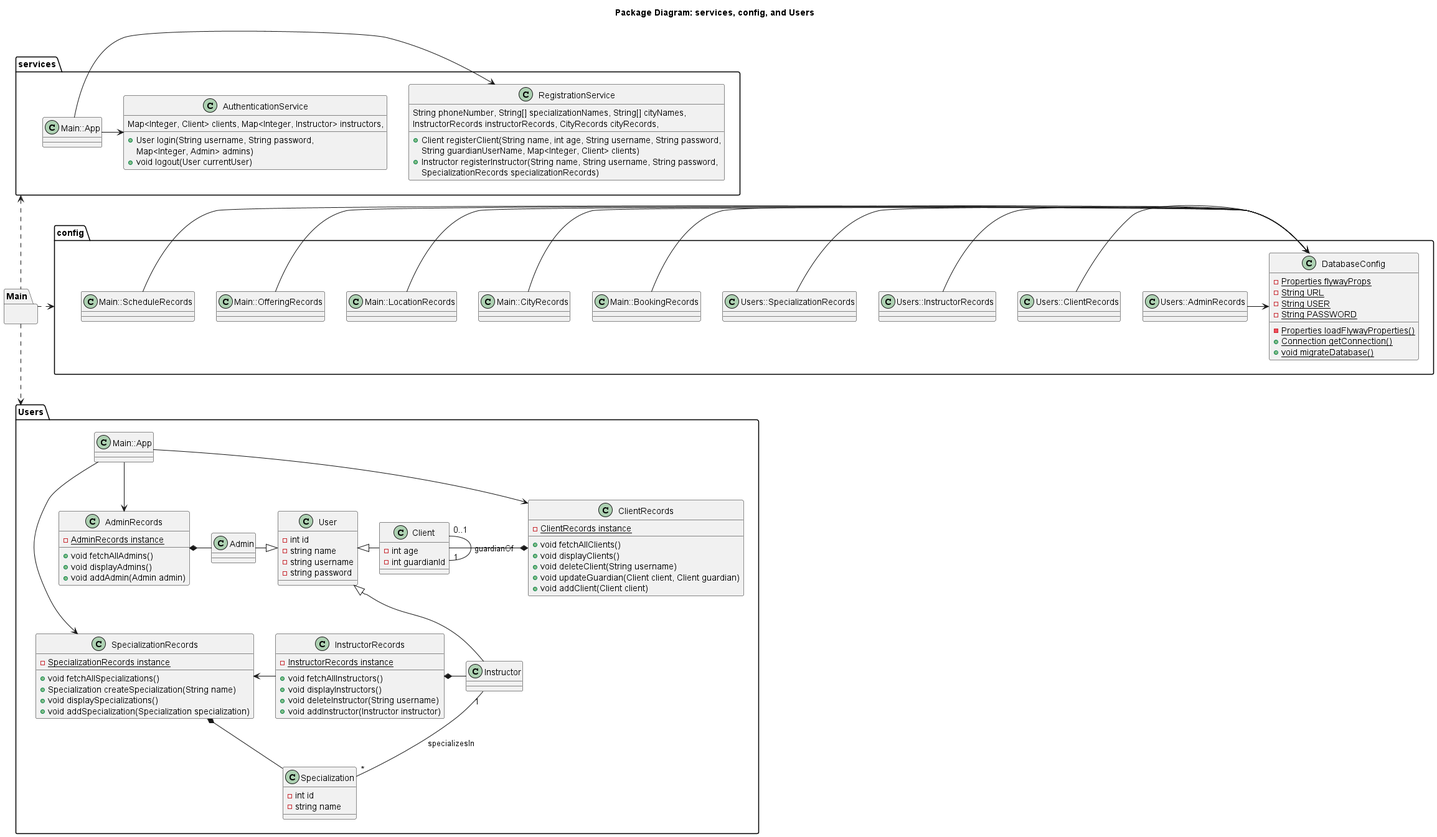
NathanGrenier/SOEN-342-Project keeps this PlantUML diagram as diagrams/out/class-diagram/class-package-diagram.png. Above is the earlier version. Its diagram source:
```plantuml
@startuml
title Package Diagram: services, config, and Users
package Main{}
package Users {
    class App as "Main::App"{}
    class Admin {
    }
    class AdminRecords {
        -{static} AdminRecords instance
        +void fetchAllAdmins()
        +void displayAdmins()
        +void addAdmin(Admin admin)
    }
    class ClientRecords {
        -{static} ClientRecords instance
        +void fetchAllClients()
        +void displayClients()
        +void deleteClient(String username)
        +void updateGuardian(Client client, Client guardian)
        +void addClient(Client client)
    }
    class Client {
        -int age
        -int guardianId
    }
    class InstructorRecords {
        -{static} InstructorRecords instance
        +void fetchAllInstructors()
        +void displayInstructors()
        +void deleteInstructor(String username)
        +void addInstructor(Instructor instructor)
    }
    class Instructor
    class User {
        -int id
        -string name
        -string username
        -string password
    }
    class Specialization {
        -int id
        -string name
    }
    class SpecializationRecords {
        -{static} SpecializationRecords instance
        +void fetchAllSpecializations()
        +Specialization createSpecialization(String name)
        +void displaySpecializations()
        +void addSpecialization(Specialization specialization)
    }
    App --> AdminRecords
    App --> ClientRecords
    App -> SpecializationRecords

    User <|-right- Client
    User <|-down- Instructor
    User <|-left- Admin

    AdminRecords *- Admin

    Client "0..1" -- "1" Client: guardianOf

    ClientRecords *-left- Client

    SpecializationRecords *- Specialization

    Instructor "1" -- "*" Specialization: specializesIn

    InstructorRecords *- Instructor
    InstructorRecords -left-> SpecializationRecords
}

package services {
    class App as "Main::App"
    class RegistrationService {
        +Client registerClient(String name, int age, String username, String password,
            String guardianUserName, Map<Integer, Client> clients)
        +Instructor registerInstructor(String name, String username, String password,
            String phoneNumber, String[] specializationNames, String[] cityNames,
            InstructorRecords instructorRecords, CityRecords cityRecords,
            SpecializationRecords specializationRecords)
    }
    class AuthenticationService {
        +User login(String username, String password,
            Map<Integer, Client> clients, Map<Integer, Instructor> instructors,
            Map<Integer, Admin> admins)
        +void logout(User currentUser)
    }
    App -> RegistrationService
    App -> AuthenticationService
}

package config {
    class AdminRecords as "Users::AdminRecords"{}
    class ClientRecords as "Users::ClientRecords"{}
    class InstructorRecords as "Users::InstructorRecords"{}
    class SpecializationRecords as "Users::SpecializationRecords"{}
    class BookingRecords as "Main::BookingRecords"{}
    class CityRecords as "Main::CityRecords"{}
    class LocationRecords as "Main::LocationRecords"{}
    class OfferingRecords as "Main::OfferingRecords"{}
    class ScheduleRecords as "Main::ScheduleRecords"{}
    class DatabaseConfig {
        -{static} Properties flywayProps
        -{static} String URL
        -{static} String USER
        -{static} String PASSWORD
        -{static} Properties loadFlywayProperties()
        +{static} Connection getConnection()
        +{static} void migrateDatabase()
    }
    AdminRecords -> DatabaseConfig
    ClientRecords -> DatabaseConfig
    InstructorRecords -> DatabaseConfig
    SpecializationRecords -> DatabaseConfig
    BookingRecords -> DatabaseConfig
    CityRecords -> DatabaseConfig
    LocationRecords -> DatabaseConfig
    OfferingRecords -> DatabaseConfig
    ScheduleRecords -> DatabaseConfig
}
Main .left.> config
Main .up.> services
Main .down.> Users

@enduml
```
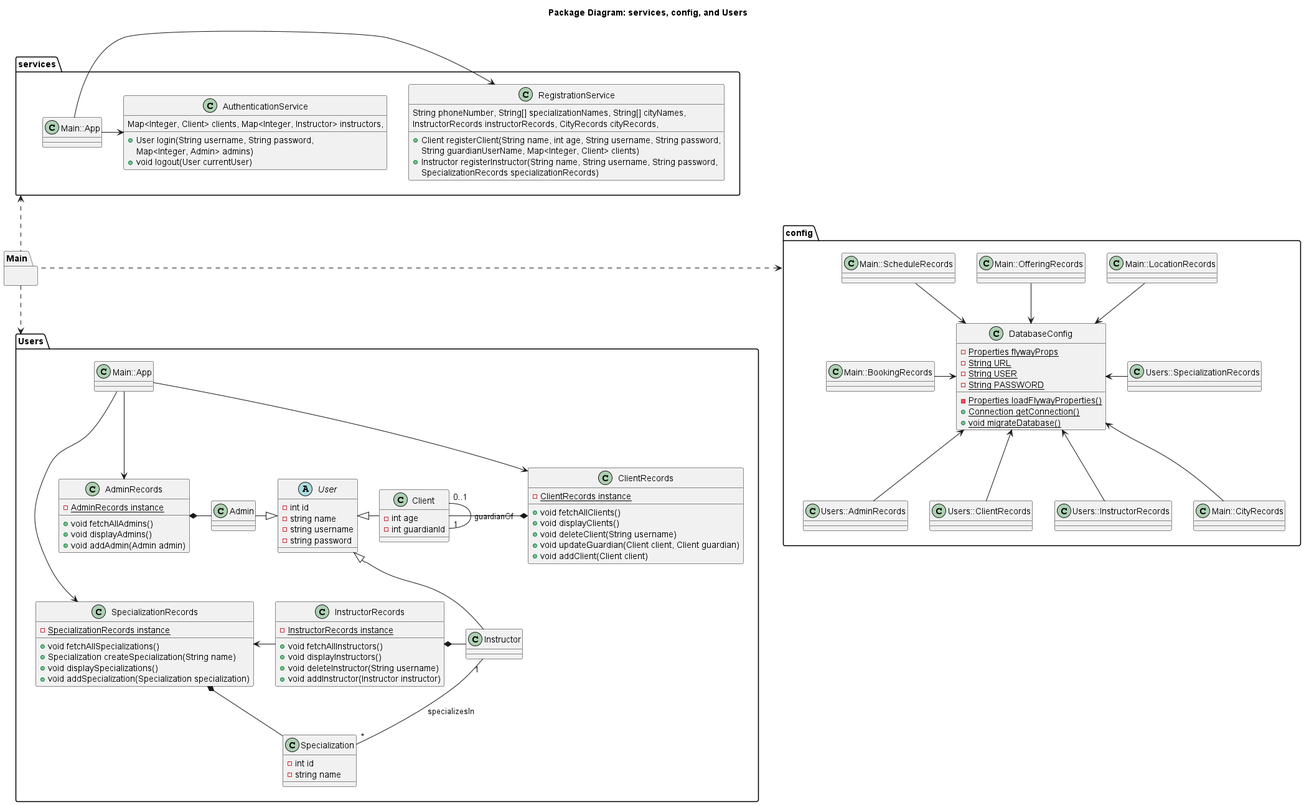
The same diagram one commit later.

Commit message:
0: made user abstract, reformat config

Diff of the diagram source:
```diff
@@ -31,7 +31,7 @@
         +void addInstructor(Instructor instructor)
     }
     class Instructor
-    class User {
+    abstract User {
         -int id
         -string name
         -string username
@@ -109,15 +109,15 @@
         +{static} Connection getConnection()
         +{static} void migrateDatabase()
     }
-    AdminRecords -> DatabaseConfig
-    ClientRecords -> DatabaseConfig
-    InstructorRecords -> DatabaseConfig
-    SpecializationRecords -> DatabaseConfig
-    BookingRecords -> DatabaseConfig
-    CityRecords -> DatabaseConfig
-    LocationRecords -> DatabaseConfig
-    OfferingRecords -> DatabaseConfig
-    ScheduleRecords -> DatabaseConfig
+    AdminRecords -up-> DatabaseConfig
+    ClientRecords -up-> DatabaseConfig
+    InstructorRecords -up-> DatabaseConfig
+    SpecializationRecords -left-> DatabaseConfig
+    BookingRecords -right-> DatabaseConfig
+    CityRecords -up-> DatabaseConfig
+    LocationRecords -down-> DatabaseConfig
+    OfferingRecords -down-> DatabaseConfig
+    ScheduleRecords -down-> DatabaseConfig
 }
 Main .left.> config
 Main .up.> services
```
